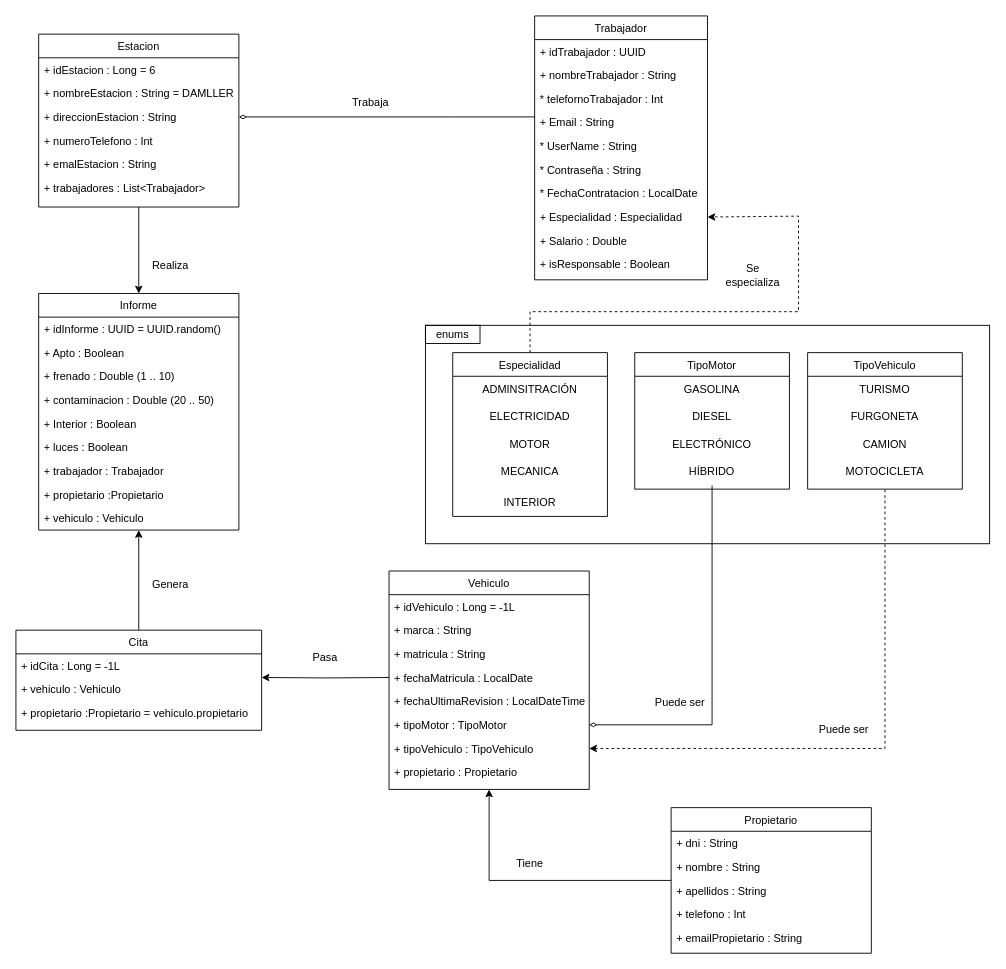
This is Diagramas/Entornos/Diagrama_de_clase.drawio from AlvaroDVA/Proyecto_ITV, a draw.io file, before an edit. Source tidied: cells renumbered, new cells numbered last; positions are measured from the earlier drawing's top-left corner, leaving out a move shared by most shapes. Both pictures are drawn from the tidied source at 91%, with x=0, y=0 at pixel (15, 15).
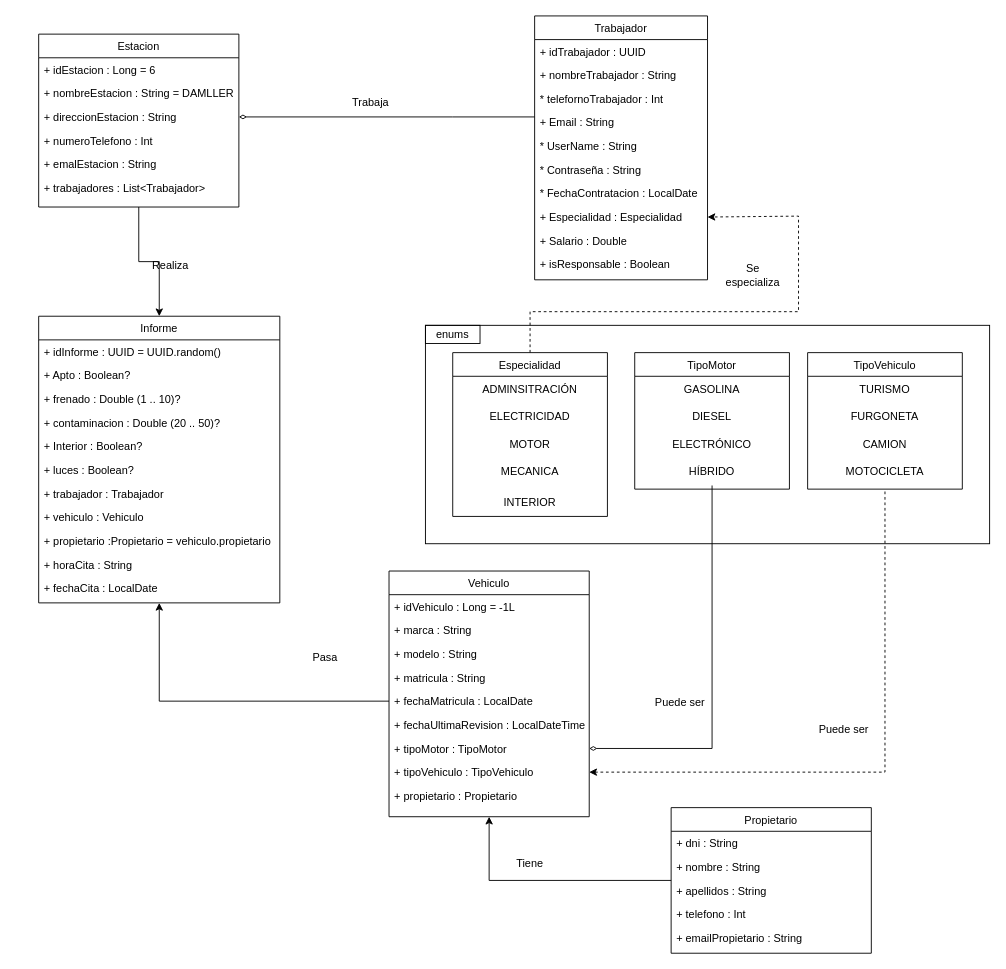
The same diagram, later.

Diff of the diagram source:
```diff
@@
     <mxCell id="34" value="Vehiculo" style="swimlane;fontStyle=0;align=center;verticalAlign=top;horizontal=1;startSize=26;rounded=0;shadow=0;strokeWidth=1;" parent="1" vertex="1">
-      <mxGeometry x="410" y="610" width="220" height="240" as="geometry" />
+      <mxGeometry x="410" y="610" width="220" height="270" as="geometry" />
     </mxCell>
@@
+    <mxCell id="83" value="+ modelo : String" style="text;align=left;verticalAlign=top;spacingLeft=4;spacingRight=4;overflow=hidden;rounded=0;shadow=0;html=0;" parent="34" vertex="1">
+      <mxGeometry y="78" width="220" height="26" as="geometry" />
+    </mxCell>
     <mxCell id="37" value="+ matricula : String" style="text;align=left;verticalAlign=top;spacingLeft=4;spacingRight=4;overflow=hidden;rounded=0;shadow=0;html=0;" parent="34" vertex="1">
-      <mxGeometry y="78" width="220" height="26" as="geometry" />
+      <mxGeometry y="104" width="220" height="26" as="geometry" />
     </mxCell>
     <mxCell id="38" value="+ fechaMatricula : LocalDate" style="text;align=left;verticalAlign=top;spacingLeft=4;spacingRight=4;overflow=hidden;points=[[0,0.5],[1,0.5]];portConstraint=eastwest;rounded=0;shadow=0;html=0;" parent="34" vertex="1">
-      <mxGeometry y="104" width="220" height="26" as="geometry" />
+      <mxGeometry y="130" width="220" height="26" as="geometry" />
     </mxCell>
     <mxCell id="39" value="+ fechaUltimaRevision : LocalDateTime" style="text;align=left;verticalAlign=top;spacingLeft=4;spacingRight=4;overflow=hidden;rounded=0;shadow=0;html=0;" parent="34" vertex="1">
-      <mxGeometry y="130" width="220" height="26" as="geometry" />
+      <mxGeometry y="156" width="220" height="26" as="geometry" />
     </mxCell>
     <mxCell id="40" value="+ tipoMotor : TipoMotor" style="text;align=left;verticalAlign=top;spacingLeft=4;spacingRight=4;overflow=hidden;points=[[0,0.5],[1,0.5]];portConstraint=eastwest;rounded=0;shadow=0;html=0;" parent="34" vertex="1">
-      <mxGeometry y="156" width="220" height="26" as="geometry" />
+      <mxGeometry y="182" width="220" height="26" as="geometry" />
     </mxCell>
     <mxCell id="41" value="+ tipoVehiculo : TipoVehiculo" style="text;align=left;verticalAlign=top;spacingLeft=4;spacingRight=4;overflow=hidden;points=[[0,0.5],[1,0.5]];portConstraint=eastwest;rounded=0;shadow=0;html=0;" parent="34" vertex="1">
-      <mxGeometry y="182" width="220" height="26" as="geometry" />
+      <mxGeometry y="208" width="220" height="26" as="geometry" />
     </mxCell>
     <mxCell id="42" value="+ propietario : Propietario" style="text;align=left;verticalAlign=top;spacingLeft=4;spacingRight=4;overflow=hidden;rounded=0;shadow=0;html=0;" parent="34" vertex="1">
-      <mxGeometry y="208" width="220" height="26" as="geometry" />
+      <mxGeometry y="234" width="220" height="26" as="geometry" />
     </mxCell>
@@
-    <mxCell id="54" style="edgeStyle=orthogonalEdgeStyle;rounded=0;jettySize=auto;html=1;endArrow=classic;endFill=1;startArrow=none;startFill=0;" parent="1" edge="1" source="55" target="70">
-      <mxGeometry relative="1" as="geometry" />
-    </mxCell>
-    <mxCell id="55" value="Cita" style="swimlane;fontStyle=0;align=center;verticalAlign=top;horizontal=1;startSize=26;rounded=0;shadow=0;strokeWidth=1;" parent="1" vertex="1">
-      <mxGeometry y="675" width="270" height="110" as="geometry" />
-    </mxCell>
-    <mxCell id="56" value="+ idCita : Long = -1L" style="text;align=left;verticalAlign=top;spacingLeft=4;spacingRight=4;overflow=hidden;rounded=0;shadow=0;html=0;" parent="55" vertex="1">
-      <mxGeometry y="26" width="270" height="26" as="geometry" />
-    </mxCell>
-    <mxCell id="57" value="+ vehiculo : Vehiculo" style="text;align=left;verticalAlign=top;spacingLeft=4;spacingRight=4;overflow=hidden;rounded=0;shadow=0;html=0;" parent="55" vertex="1">
-      <mxGeometry y="52" width="270" height="26" as="geometry" />
-    </mxCell>
-    <mxCell id="58" value="+ propietario :Propietario = vehiculo.propietario" style="text;align=left;verticalAlign=top;spacingLeft=4;spacingRight=4;overflow=hidden;rounded=0;shadow=0;html=0;" parent="55" vertex="1">
-      <mxGeometry y="78" width="270" height="26" as="geometry" />
-    </mxCell>
-    <mxCell id="59" style="edgeStyle=orthogonalEdgeStyle;rounded=0;jettySize=auto;html=1;exitX=1;exitY=0.5;exitDx=0;exitDy=0;entryX=0;entryY=0.5;entryDx=0;entryDy=0;endArrow=none;endFill=0;startArrow=classic;startFill=1;" parent="1" edge="1" target="38">
-      <mxGeometry relative="1" as="geometry">
-        <mxPoint x="270" y="727" as="sourcePoint" />
-      </mxGeometry>
+    <mxCell id="59" style="edgeStyle=orthogonalEdgeStyle;rounded=0;jettySize=auto;html=1;entryX=0;entryY=0.5;entryDx=0;entryDy=0;endArrow=none;endFill=0;startArrow=classic;startFill=1;exitX=0.5;exitY=1;exitDx=0;exitDy=0;" parent="1" edge="1" source="70" target="38">
+      <mxGeometry relative="1" as="geometry" />
     </mxCell>
@@
     <mxCell id="70" value="Informe" style="swimlane;fontStyle=0;align=center;verticalAlign=top;horizontal=1;startSize=26;rounded=0;shadow=0;strokeWidth=1;" parent="1" vertex="1">
-      <mxGeometry x="25" y="305" width="220" height="260" as="geometry" />
+      <mxGeometry x="25" y="330" width="265" height="315" as="geometry" />
     </mxCell>
     <mxCell id="71" value="+ idInforme : UUID = UUID.random()" style="text;align=left;verticalAlign=top;spacingLeft=4;spacingRight=4;overflow=hidden;rounded=0;shadow=0;html=0;" parent="70" vertex="1">
-      <mxGeometry y="26" width="220" height="26" as="geometry" />
+      <mxGeometry y="26" width="265" height="26" as="geometry" />
     </mxCell>
-    <mxCell id="72" value="+ Apto : Boolean" style="text;align=left;verticalAlign=top;spacingLeft=4;spacingRight=4;overflow=hidden;rounded=0;shadow=0;html=0;" parent="70" vertex="1">
-      <mxGeometry y="52" width="220" height="26" as="geometry" />
+    <mxCell id="72" value="+ Apto : Boolean?" style="text;align=left;verticalAlign=top;spacingLeft=4;spacingRight=4;overflow=hidden;rounded=0;shadow=0;html=0;" parent="70" vertex="1">
+      <mxGeometry y="52" width="265" height="26" as="geometry" />
     </mxCell>
-    <mxCell id="73" value="+ frenado : Double (1 .. 10)" style="text;align=left;verticalAlign=top;spacingLeft=4;spacingRight=4;overflow=hidden;rounded=0;shadow=0;html=0;" parent="70" vertex="1">
-      <mxGeometry y="78" width="220" height="26" as="geometry" />
+    <mxCell id="73" value="+ frenado : Double (1 .. 10)?" style="text;align=left;verticalAlign=top;spacingLeft=4;spacingRight=4;overflow=hidden;rounded=0;shadow=0;html=0;" parent="70" vertex="1">
+      <mxGeometry y="78" width="265" height="26" as="geometry" />
     </mxCell>
-    <mxCell id="74" value="+ contaminacion : Double (20 .. 50)" style="text;align=left;verticalAlign=top;spacingLeft=4;spacingRight=4;overflow=hidden;rounded=0;shadow=0;html=0;" parent="70" vertex="1">
-      <mxGeometry y="104" width="220" height="26" as="geometry" />
+    <mxCell id="74" value="+ contaminacion : Double (20 .. 50)?" style="text;align=left;verticalAlign=top;spacingLeft=4;spacingRight=4;overflow=hidden;rounded=0;shadow=0;html=0;" parent="70" vertex="1">
+      <mxGeometry y="104" width="265" height="26" as="geometry" />
     </mxCell>
-    <mxCell id="75" value="+ Interior : Boolean" style="text;align=left;verticalAlign=top;spacingLeft=4;spacingRight=4;overflow=hidden;rounded=0;shadow=0;html=0;" parent="70" vertex="1">
-      <mxGeometry y="130" width="220" height="26" as="geometry" />
+    <mxCell id="75" value="+ Interior : Boolean?" style="text;align=left;verticalAlign=top;spacingLeft=4;spacingRight=4;overflow=hidden;rounded=0;shadow=0;html=0;" parent="70" vertex="1">
+      <mxGeometry y="130" width="265" height="26" as="geometry" />
     </mxCell>
-    <mxCell id="76" value="+ luces : Boolean" style="text;align=left;verticalAlign=top;spacingLeft=4;spacingRight=4;overflow=hidden;rounded=0;shadow=0;html=0;" parent="70" vertex="1">
-      <mxGeometry y="156" width="220" height="26" as="geometry" />
+    <mxCell id="76" value="+ luces : Boolean?" style="text;align=left;verticalAlign=top;spacingLeft=4;spacingRight=4;overflow=hidden;rounded=0;shadow=0;html=0;" parent="70" vertex="1">
+      <mxGeometry y="156" width="265" height="26" as="geometry" />
     </mxCell>
     <mxCell id="77" value="+ trabajador : Trabajador" style="text;align=left;verticalAlign=top;spacingLeft=4;spacingRight=4;overflow=hidden;rounded=0;shadow=0;html=0;" parent="70" vertex="1">
-      <mxGeometry y="182" width="220" height="26" as="geometry" />
+      <mxGeometry y="182" width="265" height="26" as="geometry" />
     </mxCell>
+    <mxCell id="79" value="+ vehiculo : Vehiculo" style="text;align=left;verticalAlign=top;spacingLeft=4;spacingRight=4;overflow=hidden;rounded=0;shadow=0;html=0;" parent="70" vertex="1">
+      <mxGeometry y="208" width="265" height="26" as="geometry" />
+    </mxCell>
-    <mxCell id="78" value="+ propietario :Propietario" style="text;align=left;verticalAlign=top;spacingLeft=4;spacingRight=4;overflow=hidden;rounded=0;shadow=0;html=0;" parent="70" vertex="1">
-      <mxGeometry y="208" width="220" height="26" as="geometry" />
+    <mxCell id="78" value="+ propietario :Propietario = vehiculo.propietario" style="text;align=left;verticalAlign=top;spacingLeft=4;spacingRight=4;overflow=hidden;rounded=0;shadow=0;html=0;" parent="70" vertex="1">
+      <mxGeometry y="234" width="265" height="26" as="geometry" />
     </mxCell>
-    <mxCell id="79" value="+ vehiculo : Vehiculo" style="text;align=left;verticalAlign=top;spacingLeft=4;spacingRight=4;overflow=hidden;rounded=0;shadow=0;html=0;" parent="70" vertex="1">
-      <mxGeometry y="234" width="220" height="26" as="geometry" />
-    </mxCell>
+    <mxCell id="84" value="+ horaCita : String" style="text;align=left;verticalAlign=top;spacingLeft=4;spacingRight=4;overflow=hidden;rounded=0;shadow=0;html=0;" parent="70" vertex="1">
+      <mxGeometry y="260" width="265" height="26" as="geometry" />
+    </mxCell>
+    <mxCell id="85" value="+ fechaCita : LocalDate" style="text;align=left;verticalAlign=top;spacingLeft=4;spacingRight=4;overflow=hidden;rounded=0;shadow=0;html=0;" parent="70" vertex="1">
+      <mxGeometry y="286" width="265" height="26" as="geometry" />
+    </mxCell>
@@
-    <mxCell id="81" value="Genera" style="text;html=1;strokeColor=none;fillColor=none;align=center;verticalAlign=middle;whiteSpace=wrap;rounded=0;" parent="1" vertex="1">
-      <mxGeometry x="140" y="610" width="60" height="30" as="geometry" />
-    </mxCell>
```
